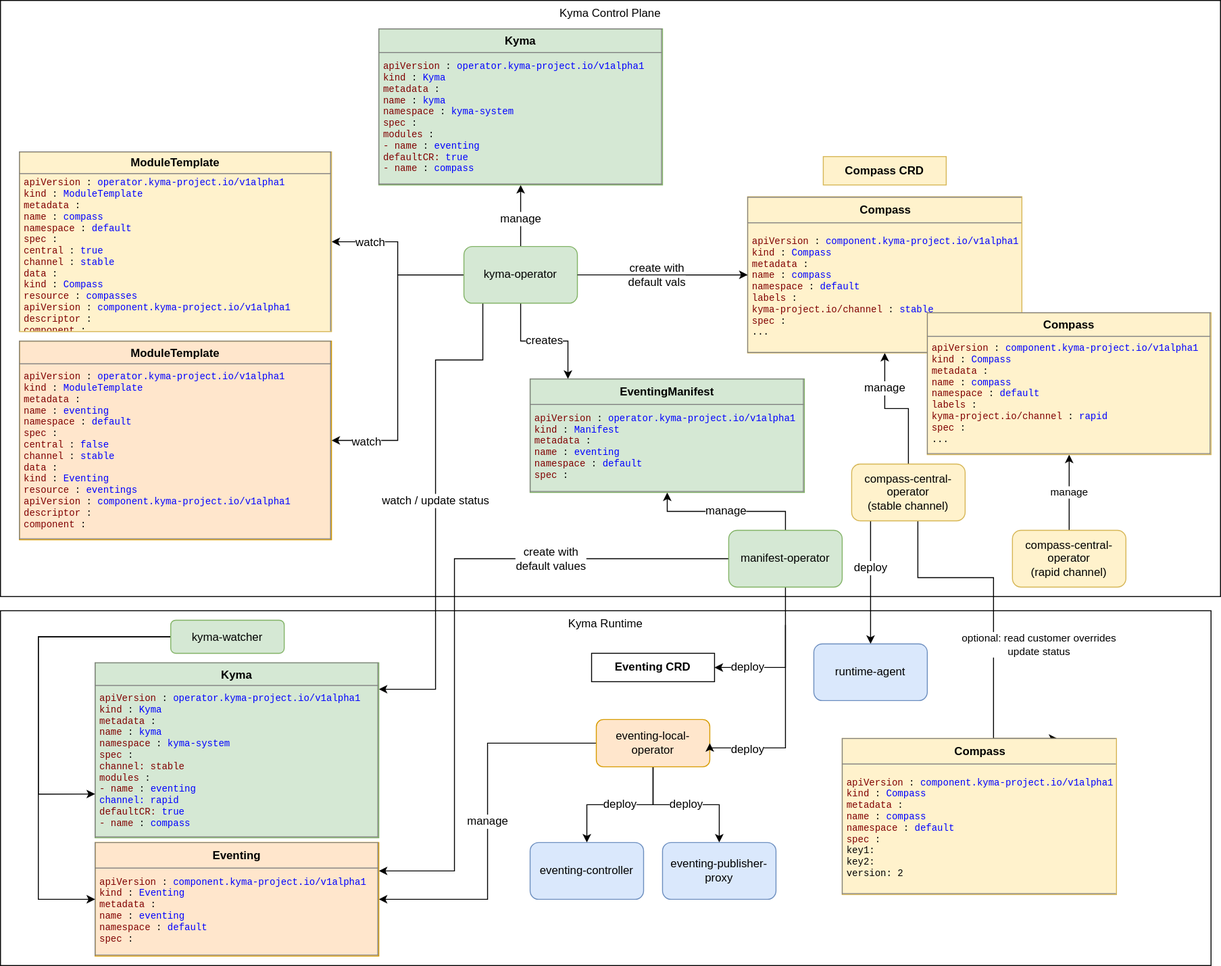
Before: concepts/modularization/assets/operators-example.drawio.svg, a diagram exported from draw.io (kyma-project/community). Source tidied: cells renumbered, new cells last; positions are measured from the earlier drawing's top-left corner, leaving out a move shared by most shapes.
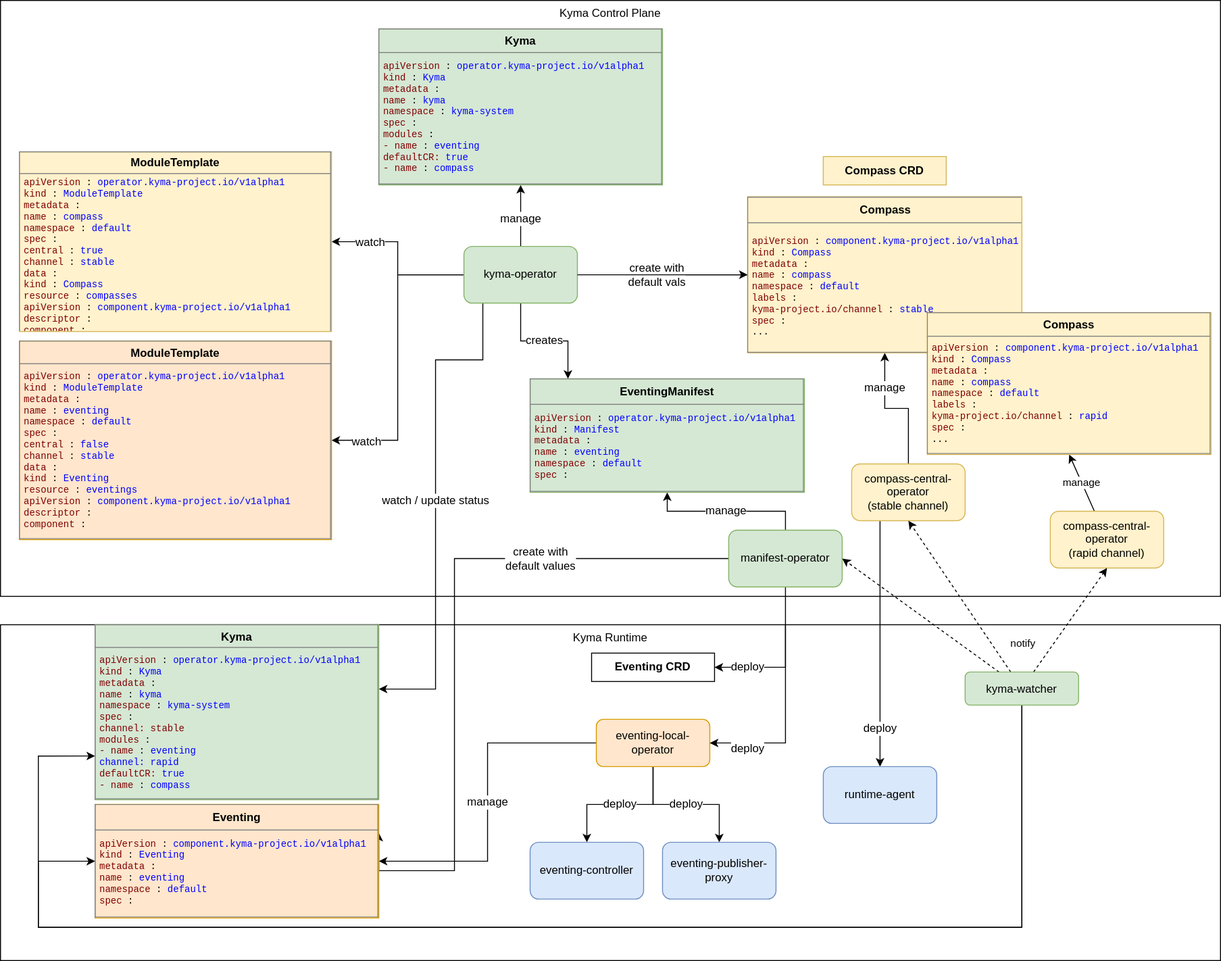
Above is the later version.

Change to the diagram source:
```diff
@@ -6,7 +6,7 @@
       <mxGeometry width="1290" height="630" as="geometry" />
     </mxCell>
     <mxCell id="3" value="Kyma Runtime" style="rounded=0;whiteSpace=wrap;html=1;fontSize=12;fillColor=#ffffff;verticalAlign=top;" parent="1" vertex="1">
-      <mxGeometry y="645" width="1280" height="375" as="geometry" />
+      <mxGeometry y="660" width="1290" height="355" as="geometry" />
     </mxCell>
     <mxCell id="4" style="edgeStyle=orthogonalEdgeStyle;rounded=0;jettySize=auto;html=1;entryX=1;entryY=0.5;entryDx=0;entryDy=0;fontSize=12;" parent="1" edge="1" source="13" target="15">
       <mxGeometry relative="1" as="geometry" />
@@ -70,30 +70,9 @@
     <mxCell id="16" value="manage" style="edgeStyle=orthogonalEdgeStyle;rounded=0;jettySize=auto;html=1;entryX=0.5;entryY=1;entryDx=0;entryDy=0;fontSize=12;" parent="1" edge="1" source="20" target="43">
       <mxGeometry x="0.47" relative="1" as="geometry" />
     </mxCell>
-    <mxCell id="17" value="deploy" style="edgeStyle=orthogonalEdgeStyle;rounded=0;jettySize=auto;html=1;entryX=0.5;entryY=0;entryDx=0;entryDy=0;fontSize=12;" parent="1" edge="1" source="20" target="33">
-      <mxGeometry x="-0.23" relative="1" as="geometry">
-        <Array as="points">
-          <mxPoint x="920" y="650" />
-          <mxPoint x="920" y="650" />
-        </Array>
-      </mxGeometry>
+    <mxCell id="17" value="deploy" style="rounded=0;jettySize=auto;html=1;entryX=0.5;entryY=0;entryDx=0;entryDy=0;fontSize=12;exitX=0.25;exitY=1;exitDx=0;exitDy=0;" parent="1" edge="1" source="20" target="33">
+      <mxGeometry x="0.69" relative="1" as="geometry" />
     </mxCell>
-    <mxCell id="18" style="edgeStyle=orthogonalEdgeStyle;rounded=0;orthogonalLoop=1;jettySize=auto;html=1;entryX=0.75;entryY=0;entryDx=0;entryDy=0;fontSize=12;strokeColor=#000000;" parent="1" edge="1">
-      <mxGeometry x="0.14" relative="1" as="geometry">
-        <mxPoint x="970" y="550" as="sourcePoint" />
-        <mxPoint x="1117.5" y="780" as="targetPoint" />
-        <Array as="points">
-          <mxPoint x="970" y="610" />
-          <mxPoint x="1050" y="610" />
-          <mxPoint x="1050" y="780" />
-        </Array>
-      </mxGeometry>
-    </mxCell>
-    <mxCell id="19" value="optional: read customer overrides&lt;br&gt;update status" style="edgeLabel;html=1;align=center;verticalAlign=middle;" parent="18" vertex="1">
-      <mxGeometry x="-0.48" relative="1" as="geometry">
-        <mxPoint x="90" y="70" as="offset" />
-      </mxGeometry>
-    </mxCell>
     <mxCell id="20" value="compass-central-operator &lt;br&gt;(stable channel)" style="rounded=1;whiteSpace=wrap;html=1;fontSize=12;fillColor=#fff2cc;strokeColor=#d6b656;" parent="1" vertex="1">
       <mxGeometry x="900" y="490" width="120" height="60" as="geometry" />
     </mxCell>
@@ -110,7 +89,7 @@
       <mxGeometry x="630" y="760" width="120" height="50" as="geometry" />
     </mxCell>
     <mxCell id="25" value="&lt;table border=&quot;1&quot; width=&quot;100%&quot; cellpadding=&quot;4&quot; style=&quot;width: 100% ; height: 100% ; border-collapse: collapse&quot;&gt;&lt;tbody&gt;&lt;tr&gt;&lt;th align=&quot;center&quot;&gt;&lt;b&gt;&lt;font style=&quot;font-size: 12px&quot;&gt;Eventing&lt;/font&gt;&lt;/b&gt;&lt;/th&gt;&lt;/tr&gt;&lt;tr&gt;&lt;td align=&quot;center&quot;&gt;&lt;div style=&quot;font-family: &amp;#34;menlo&amp;#34; , &amp;#34;monaco&amp;#34; , &amp;#34;courier new&amp;#34; , monospace ; text-align: left&quot;&gt;&lt;span style=&quot;color: rgb(128 , 0 , 0)&quot;&gt;apiVersion&lt;/span&gt;:&amp;nbsp;&lt;span style=&quot;color: rgb(0 , 0 , 255)&quot;&gt;component.kyma-project.io/v1alpha1&lt;/span&gt;&lt;/div&gt;&lt;div style=&quot;font-family: &amp;#34;menlo&amp;#34; , &amp;#34;monaco&amp;#34; , &amp;#34;courier new&amp;#34; , monospace ; text-align: left&quot;&gt;&lt;span style=&quot;color: rgb(128 , 0 , 0)&quot;&gt;kind&lt;/span&gt;:&amp;nbsp;&lt;span style=&quot;color: rgb(0 , 0 , 255)&quot;&gt;Eventing&lt;/span&gt;&lt;/div&gt;&lt;div style=&quot;font-family: &amp;#34;menlo&amp;#34; , &amp;#34;monaco&amp;#34; , &amp;#34;courier new&amp;#34; , monospace ; text-align: left&quot;&gt;&lt;span style=&quot;color: rgb(128 , 0 , 0)&quot;&gt;metadata&lt;/span&gt;:&lt;/div&gt;&lt;div style=&quot;font-family: &amp;#34;menlo&amp;#34; , &amp;#34;monaco&amp;#34; , &amp;#34;courier new&amp;#34; , monospace ; text-align: left&quot;&gt;&lt;span style=&quot;color: rgb(128 , 0 , 0)&quot;&gt;&amp;nbsp; name&lt;/span&gt;:&amp;nbsp;&lt;span style=&quot;color: rgb(0 , 0 , 255)&quot;&gt;eventing&lt;/span&gt;&lt;/div&gt;&lt;div style=&quot;font-family: &amp;#34;menlo&amp;#34; , &amp;#34;monaco&amp;#34; , &amp;#34;courier new&amp;#34; , monospace ; text-align: left&quot;&gt;&lt;span style=&quot;color: rgb(128 , 0 , 0)&quot;&gt;&amp;nbsp; namespace&lt;/span&gt;:&amp;nbsp;&lt;span style=&quot;color: rgb(0 , 0 , 255)&quot;&gt;default&lt;/span&gt;&lt;/div&gt;&lt;div style=&quot;font-family: &amp;#34;menlo&amp;#34; , &amp;#34;monaco&amp;#34; , &amp;#34;courier new&amp;#34; , monospace ; text-align: left&quot;&gt;&lt;div&gt;&lt;span style=&quot;color: rgb(128 , 0 , 0)&quot;&gt;spec&lt;/span&gt;:&lt;/div&gt;&lt;/div&gt;&lt;/td&gt;&lt;/tr&gt;&lt;/tbody&gt;&lt;/table&gt;" style="text;html=1;overflow=fill;fontSize=10;fillColor=#ffe6cc;strokeColor=#d79b00;" parent="1" vertex="1">
-      <mxGeometry x="100" y="890" width="300" height="120" as="geometry" />
+      <mxGeometry x="100" y="850" width="300" height="120" as="geometry" />
     </mxCell>
     <mxCell id="26" value="manage" style="edgeStyle=orthogonalEdgeStyle;rounded=0;jettySize=auto;html=1;fontSize=12;" parent="1" edge="1" source="30" target="31">
       <mxGeometry relative="1" as="geometry" />
@@ -119,13 +98,13 @@
       <mxGeometry relative="1" as="geometry">
         <mxPoint x="830" y="660" as="sourcePoint" />
         <Array as="points">
-          <mxPoint x="830" y="790" />
+          <mxPoint x="830" y="785" />
         </Array>
       </mxGeometry>
     </mxCell>
     <mxCell id="28" value="deploy" style="edgeLabel;html=1;align=center;verticalAlign=middle;fontSize=12;" parent="27" vertex="1">
       <mxGeometry x="-0.58" y="1" relative="1" as="geometry">
-        <mxPoint x="-41" y="85" as="offset" />
+        <mxPoint x="-41" y="87" as="offset" />
       </mxGeometry>
     </mxCell>
     <mxCell id="29" value="deploy" style="edgeStyle=orthogonalEdgeStyle;rounded=0;jettySize=auto;html=1;fontSize=12;entryX=1;entryY=0.5;entryDx=0;entryDy=0;" parent="1" edge="1" source="30" target="32">
@@ -145,7 +124,7 @@
       <mxGeometry x="625" y="690" width="130" height="30" as="geometry" />
     </mxCell>
     <mxCell id="33" value="runtime-agent" style="rounded=1;whiteSpace=wrap;html=1;fontSize=12;fillColor=#dae8fc;strokeColor=#6c8ebf;" parent="1" vertex="1">
-      <mxGeometry x="860" y="680" width="120" height="60" as="geometry" />
+      <mxGeometry x="870" y="810" width="120" height="60" as="geometry" />
     </mxCell>
     <mxCell id="34" value="eventing-controller" style="rounded=1;whiteSpace=wrap;html=1;fontSize=12;fillColor=#dae8fc;strokeColor=#6c8ebf;" parent="1" vertex="1">
       <mxGeometry x="560" y="890" width="120" height="60" as="geometry" />
@@ -154,11 +133,8 @@
       <mxGeometry x="700" y="890" width="120" height="60" as="geometry" />
     </mxCell>
     <mxCell id="36" value="&lt;table border=&quot;1&quot; width=&quot;100%&quot; cellpadding=&quot;4&quot; style=&quot;width: 100% ; height: 100% ; border-collapse: collapse&quot;&gt;&lt;tbody&gt;&lt;tr&gt;&lt;th align=&quot;center&quot;&gt;&lt;b&gt;&lt;font style=&quot;font-size: 12px&quot;&gt;Kyma&lt;/font&gt;&lt;/b&gt;&lt;/th&gt;&lt;/tr&gt;&lt;tr&gt;&lt;td align=&quot;center&quot;&gt;&lt;div style=&quot;font-family: &amp;#34;menlo&amp;#34; , &amp;#34;monaco&amp;#34; , &amp;#34;courier new&amp;#34; , monospace ; text-align: left&quot;&gt;&lt;span style=&quot;color: rgb(128 , 0 , 0)&quot;&gt;apiVersion&lt;/span&gt;:&amp;nbsp;&lt;span style=&quot;color: rgb(0 , 0 , 255)&quot;&gt;operator.kyma-project.io/v1alpha1&lt;/span&gt;&lt;/div&gt;&lt;div style=&quot;font-family: &amp;#34;menlo&amp;#34; , &amp;#34;monaco&amp;#34; , &amp;#34;courier new&amp;#34; , monospace ; text-align: left&quot;&gt;&lt;span style=&quot;color: rgb(128 , 0 , 0)&quot;&gt;kind&lt;/span&gt;:&amp;nbsp;&lt;span style=&quot;color: rgb(0 , 0 , 255)&quot;&gt;Kyma&lt;/span&gt;&lt;/div&gt;&lt;div style=&quot;font-family: &amp;#34;menlo&amp;#34; , &amp;#34;monaco&amp;#34; , &amp;#34;courier new&amp;#34; , monospace ; text-align: left&quot;&gt;&lt;span style=&quot;color: rgb(128 , 0 , 0)&quot;&gt;metadata&lt;/span&gt;:&lt;/div&gt;&lt;div style=&quot;font-family: &amp;#34;menlo&amp;#34; , &amp;#34;monaco&amp;#34; , &amp;#34;courier new&amp;#34; , monospace ; text-align: left&quot;&gt;&lt;span style=&quot;color: rgb(128 , 0 , 0)&quot;&gt;&amp;nbsp; name&lt;/span&gt;: &lt;font color=&quot;#0000ff&quot;&gt;kyma&lt;/font&gt;&lt;/div&gt;&lt;div style=&quot;font-family: &amp;#34;menlo&amp;#34; , &amp;#34;monaco&amp;#34; , &amp;#34;courier new&amp;#34; , monospace ; text-align: left&quot;&gt;&lt;span style=&quot;color: rgb(128 , 0 , 0)&quot;&gt;&amp;nbsp; namespace&lt;/span&gt;: &lt;font color=&quot;#0000ff&quot;&gt;kyma-system&lt;br&gt;&lt;/font&gt;&lt;span style=&quot;color: rgb(128 , 0 , 0)&quot;&gt;spec&lt;/span&gt;&lt;span&gt;:&lt;/span&gt;&lt;/div&gt;&lt;div style=&quot;font-family: &amp;#34;menlo&amp;#34; , &amp;#34;monaco&amp;#34; , &amp;#34;courier new&amp;#34; , monospace ; text-align: left&quot;&gt;&lt;span style=&quot;color: rgb(128 , 0 , 0)&quot;&gt;&amp;nbsp; channel: stable&lt;/span&gt;&lt;/div&gt;&lt;div style=&quot;font-family: &amp;#34;menlo&amp;#34; , &amp;#34;monaco&amp;#34; , &amp;#34;courier new&amp;#34; , monospace ; text-align: left&quot;&gt;&lt;span style=&quot;color: rgb(128 , 0 , 0)&quot;&gt;&amp;nbsp; modules&lt;/span&gt;:&lt;/div&gt;&lt;div style=&quot;font-family: &amp;#34;menlo&amp;#34; , &amp;#34;monaco&amp;#34; , &amp;#34;courier new&amp;#34; , monospace ; text-align: left&quot;&gt;&lt;span style=&quot;color: rgb(128 , 0 , 0)&quot;&gt;&amp;nbsp; &amp;nbsp; - name&lt;/span&gt;:&amp;nbsp;&lt;font color=&quot;#0000ff&quot;&gt;eventing&lt;/font&gt;&lt;/div&gt;&lt;div style=&quot;font-family: &amp;#34;menlo&amp;#34; , &amp;#34;monaco&amp;#34; , &amp;#34;courier new&amp;#34; , monospace ; text-align: left&quot;&gt;&lt;font color=&quot;#0000ff&quot;&gt;&amp;nbsp; &amp;nbsp; &amp;nbsp; channel: rapid&lt;/font&gt;&lt;/div&gt;&lt;div style=&quot;font-family: &amp;#34;menlo&amp;#34; , &amp;#34;monaco&amp;#34; , &amp;#34;courier new&amp;#34; , monospace ; text-align: left&quot;&gt;&lt;span style=&quot;color: rgb(128 , 0 , 0)&quot;&gt;&amp;nbsp; &amp;nbsp; &amp;nbsp; defaultCR: &lt;/span&gt;&lt;font color=&quot;#0000ff&quot;&gt;true&lt;/font&gt;&lt;span style=&quot;color: rgb(128 , 0 , 0)&quot;&gt;&amp;nbsp; &amp;nbsp;&amp;nbsp;&lt;/span&gt;&lt;/div&gt;&lt;div style=&quot;font-family: &amp;#34;menlo&amp;#34; , &amp;#34;monaco&amp;#34; , &amp;#34;courier new&amp;#34; , monospace ; text-align: left&quot;&gt;&lt;span style=&quot;color: rgb(128 , 0 , 0)&quot;&gt;&amp;nbsp; &amp;nbsp; - name&lt;/span&gt;&lt;span&gt;:&amp;nbsp;&lt;/span&gt;&lt;font color=&quot;#0000ff&quot;&gt;compass&lt;/font&gt;&lt;/div&gt;&lt;/td&gt;&lt;/tr&gt;&lt;/tbody&gt;&lt;/table&gt;" style="text;html=1;overflow=fill;fontSize=10;fillColor=#d5e8d4;strokeColor=#82b366;" parent="1" vertex="1">
-      <mxGeometry x="100" y="700" width="300" height="185" as="geometry" />
+      <mxGeometry x="100" y="660" width="300" height="185" as="geometry" />
     </mxCell>
-    <mxCell id="37" value="&lt;table border=&quot;1&quot; width=&quot;100%&quot; cellpadding=&quot;4&quot; style=&quot;width: 100% ; height: 100% ; border-collapse: collapse&quot;&gt;&lt;tbody&gt;&lt;tr&gt;&lt;th align=&quot;center&quot;&gt;&lt;b&gt;&lt;font style=&quot;font-size: 12px&quot;&gt;Compass&lt;/font&gt;&lt;/b&gt;&lt;/th&gt;&lt;/tr&gt;&lt;tr&gt;&lt;td align=&quot;center&quot;&gt;&lt;div style=&quot;font-family: &amp;#34;menlo&amp;#34; , &amp;#34;monaco&amp;#34; , &amp;#34;courier new&amp;#34; , monospace ; text-align: left&quot;&gt;&lt;span style=&quot;color: rgb(128 , 0 , 0)&quot;&gt;apiVersion&lt;/span&gt;:&amp;nbsp;&lt;span style=&quot;color: rgb(0 , 0 , 255)&quot;&gt;component.kyma-project.io/v1alpha1&lt;/span&gt;&lt;/div&gt;&lt;div style=&quot;font-family: &amp;#34;menlo&amp;#34; , &amp;#34;monaco&amp;#34; , &amp;#34;courier new&amp;#34; , monospace ; text-align: left&quot;&gt;&lt;span style=&quot;color: rgb(128 , 0 , 0)&quot;&gt;kind&lt;/span&gt;:&amp;nbsp;&lt;span style=&quot;color: rgb(0 , 0 , 255)&quot;&gt;Compass&lt;/span&gt;&lt;/div&gt;&lt;div style=&quot;font-family: &amp;#34;menlo&amp;#34; , &amp;#34;monaco&amp;#34; , &amp;#34;courier new&amp;#34; , monospace ; text-align: left&quot;&gt;&lt;span style=&quot;color: rgb(128 , 0 , 0)&quot;&gt;metadata&lt;/span&gt;:&lt;/div&gt;&lt;div style=&quot;font-family: &amp;#34;menlo&amp;#34; , &amp;#34;monaco&amp;#34; , &amp;#34;courier new&amp;#34; , monospace ; text-align: left&quot;&gt;&lt;span style=&quot;color: rgb(128 , 0 , 0)&quot;&gt;&amp;nbsp; name&lt;/span&gt;:&amp;nbsp;&lt;span style=&quot;color: rgb(0 , 0 , 255)&quot;&gt;compass&lt;/span&gt;&lt;/div&gt;&lt;div style=&quot;font-family: &amp;#34;menlo&amp;#34; , &amp;#34;monaco&amp;#34; , &amp;#34;courier new&amp;#34; , monospace ; text-align: left&quot;&gt;&lt;span style=&quot;color: rgb(128 , 0 , 0)&quot;&gt;&amp;nbsp; namespace&lt;/span&gt;:&amp;nbsp;&lt;span style=&quot;color: rgb(0 , 0 , 255)&quot;&gt;default&lt;/span&gt;&lt;/div&gt;&lt;div style=&quot;font-family: &amp;#34;menlo&amp;#34; , &amp;#34;monaco&amp;#34; , &amp;#34;courier new&amp;#34; , monospace ; text-align: left&quot;&gt;&lt;div&gt;&lt;span style=&quot;color: rgb(128 , 0 , 0)&quot;&gt;spec&lt;/span&gt;:&lt;/div&gt;&lt;div&gt;&amp;nbsp; key1:&lt;/div&gt;&lt;div&gt;&amp;nbsp; key2:&lt;/div&gt;&lt;div&gt;&amp;nbsp; version: 2&lt;/div&gt;&lt;div&gt;&amp;nbsp;&amp;nbsp;&lt;/div&gt;&lt;/div&gt;&lt;/td&gt;&lt;/tr&gt;&lt;/tbody&gt;&lt;/table&gt;" style="text;html=1;strokeColor=#d6b656;overflow=fill;fontSize=10;fillColor=#fff2cc;" parent="1" vertex="1">
-      <mxGeometry x="890" y="780" width="290" height="165" as="geometry" />
-    </mxCell>
     <mxCell id="38" value="&lt;table border=&quot;1&quot; width=&quot;100%&quot; cellpadding=&quot;4&quot; style=&quot;width: 100% ; height: 100% ; border-collapse: collapse&quot;&gt;&lt;tbody&gt;&lt;tr&gt;&lt;th align=&quot;center&quot;&gt;&lt;b&gt;&lt;font style=&quot;font-size: 12px&quot;&gt;Kyma&lt;/font&gt;&lt;/b&gt;&lt;/th&gt;&lt;/tr&gt;&lt;tr&gt;&lt;td align=&quot;center&quot;&gt;&lt;div style=&quot;font-family: &amp;#34;menlo&amp;#34; , &amp;#34;monaco&amp;#34; , &amp;#34;courier new&amp;#34; , monospace ; text-align: left&quot;&gt;&lt;span style=&quot;color: rgb(128 , 0 , 0)&quot;&gt;apiVersion&lt;/span&gt;:&amp;nbsp;&lt;span style=&quot;color: rgb(0 , 0 , 255)&quot;&gt;operator.kyma-project.io/v1alpha1&lt;/span&gt;&lt;/div&gt;&lt;div style=&quot;font-family: &amp;#34;menlo&amp;#34; , &amp;#34;monaco&amp;#34; , &amp;#34;courier new&amp;#34; , monospace ; text-align: left&quot;&gt;&lt;span style=&quot;color: rgb(128 , 0 , 0)&quot;&gt;kind&lt;/span&gt;:&amp;nbsp;&lt;span style=&quot;color: rgb(0 , 0 , 255)&quot;&gt;Kyma&lt;/span&gt;&lt;/div&gt;&lt;div style=&quot;font-family: &amp;#34;menlo&amp;#34; , &amp;#34;monaco&amp;#34; , &amp;#34;courier new&amp;#34; , monospace ; text-align: left&quot;&gt;&lt;span style=&quot;color: rgb(128 , 0 , 0)&quot;&gt;metadata&lt;/span&gt;:&lt;/div&gt;&lt;div style=&quot;font-family: &amp;#34;menlo&amp;#34; , &amp;#34;monaco&amp;#34; , &amp;#34;courier new&amp;#34; , monospace ; text-align: left&quot;&gt;&lt;span style=&quot;color: rgb(128 , 0 , 0)&quot;&gt;&amp;nbsp; name&lt;/span&gt;: &lt;font color=&quot;#0000ff&quot;&gt;kyma&lt;/font&gt;&lt;/div&gt;&lt;div style=&quot;font-family: &amp;#34;menlo&amp;#34; , &amp;#34;monaco&amp;#34; , &amp;#34;courier new&amp;#34; , monospace ; text-align: left&quot;&gt;&lt;span style=&quot;color: rgb(128 , 0 , 0)&quot;&gt;&amp;nbsp; namespace&lt;/span&gt;: &lt;font color=&quot;#0000ff&quot;&gt;kyma-system&lt;br&gt;&lt;/font&gt;&lt;span style=&quot;color: rgb(128 , 0 , 0)&quot;&gt;spec&lt;/span&gt;&lt;span&gt;:&lt;/span&gt;&lt;/div&gt;&lt;div style=&quot;font-family: &amp;#34;menlo&amp;#34; , &amp;#34;monaco&amp;#34; , &amp;#34;courier new&amp;#34; , monospace ; text-align: left&quot;&gt;&lt;span style=&quot;color: rgb(128 , 0 , 0)&quot;&gt;&amp;nbsp; modules&lt;/span&gt;:&lt;/div&gt;&lt;div style=&quot;font-family: &amp;#34;menlo&amp;#34; , &amp;#34;monaco&amp;#34; , &amp;#34;courier new&amp;#34; , monospace ; text-align: left&quot;&gt;&lt;span style=&quot;color: rgb(128 , 0 , 0)&quot;&gt;&amp;nbsp; &amp;nbsp; - name&lt;/span&gt;:&amp;nbsp;&lt;font color=&quot;#0000ff&quot;&gt;eventing&lt;/font&gt;&lt;/div&gt;&lt;div style=&quot;font-family: &amp;#34;menlo&amp;#34; , &amp;#34;monaco&amp;#34; , &amp;#34;courier new&amp;#34; , monospace ; text-align: left&quot;&gt;&lt;span style=&quot;color: rgb(128 , 0 , 0)&quot;&gt;&amp;nbsp; &amp;nbsp; &amp;nbsp; defaultCR: &lt;/span&gt;&lt;font color=&quot;#0000ff&quot;&gt;true&lt;/font&gt;&lt;span style=&quot;color: rgb(128 , 0 , 0)&quot;&gt;&amp;nbsp; &amp;nbsp;&amp;nbsp;&lt;/span&gt;&lt;/div&gt;&lt;div style=&quot;font-family: &amp;#34;menlo&amp;#34; , &amp;#34;monaco&amp;#34; , &amp;#34;courier new&amp;#34; , monospace ; text-align: left&quot;&gt;&lt;span style=&quot;color: rgb(128 , 0 , 0)&quot;&gt;&amp;nbsp; &amp;nbsp; - name&lt;/span&gt;&lt;span&gt;:&amp;nbsp;&lt;/span&gt;&lt;font color=&quot;#0000ff&quot;&gt;compass&lt;/font&gt;&lt;/div&gt;&lt;/td&gt;&lt;/tr&gt;&lt;/tbody&gt;&lt;/table&gt;" style="text;html=1;overflow=fill;fontSize=10;fillColor=#d5e8d4;strokeColor=#82b366;" parent="1" vertex="1">
       <mxGeometry x="400" y="30" width="300" height="165" as="geometry" />
     </mxCell>
@@ -166,7 +142,7 @@
       <mxGeometry relative="1" as="geometry" />
     </mxCell>
     <mxCell id="40" value="compass-central-operator &lt;br&gt;(rapid channel)" style="rounded=1;whiteSpace=wrap;html=1;fontSize=12;fillColor=#fff2cc;strokeColor=#d6b656;" parent="1" vertex="1">
-      <mxGeometry x="1070" y="560" width="120" height="60" as="geometry" />
+      <mxGeometry x="1110" y="540" width="120" height="60" as="geometry" />
     </mxCell>
     <mxCell id="41" value="Compass CRD" style="rounded=0;whiteSpace=wrap;html=1;fontSize=12;fontStyle=1;fillColor=#fff2cc;strokeColor=#d6b656;" parent="1" vertex="1">
       <mxGeometry x="870" y="165" width="130" height="30" as="geometry" />
@@ -183,21 +159,37 @@
     <mxCell id="45" style="edgeStyle=orthogonalEdgeStyle;html=1;entryX=0;entryY=0.75;entryDx=0;entryDy=0;rounded=0;" parent="1" edge="1" source="47" target="36">
       <mxGeometry relative="1" as="geometry">
         <Array as="points">
-          <mxPoint x="40" y="673" />
-          <mxPoint x="40" y="839" />
+          <mxPoint x="1080" y="980" />
+          <mxPoint x="40" y="980" />
+          <mxPoint x="40" y="799" />
         </Array>
       </mxGeometry>
     </mxCell>
     <mxCell id="46" style="edgeStyle=orthogonalEdgeStyle;rounded=0;html=1;entryX=0;entryY=0.5;entryDx=0;entryDy=0;" parent="1" edge="1" source="47" target="25">
       <mxGeometry relative="1" as="geometry">
         <Array as="points">
-          <mxPoint x="40" y="673" />
-          <mxPoint x="40" y="950" />
+          <mxPoint x="1080" y="980" />
+          <mxPoint x="40" y="980" />
+          <mxPoint x="40" y="910" />
         </Array>
       </mxGeometry>
     </mxCell>
+    <mxCell id="48" style="html=1;entryX=0.5;entryY=1;entryDx=0;entryDy=0;rounded=0;dashed=1;" parent="1" edge="1" source="47" target="20">
+      <mxGeometry relative="1" as="geometry" />
+    </mxCell>
+    <mxCell id="49" value="notify" style="edgeLabel;html=1;align=center;verticalAlign=middle;" parent="48" vertex="1">
+      <mxGeometry x="-0.52" relative="1" as="geometry">
+        <mxPoint x="38" y="8" as="offset" />
+      </mxGeometry>
+    </mxCell>
+    <mxCell id="50" style="rounded=0;html=1;entryX=0.5;entryY=1;entryDx=0;entryDy=0;dashed=1;" parent="1" edge="1" source="47" target="40">
+      <mxGeometry relative="1" as="geometry" />
+    </mxCell>
+    <mxCell id="51" style="rounded=0;html=1;entryX=1;entryY=0.5;entryDx=0;entryDy=0;dashed=1;" parent="1" edge="1" source="47" target="30">
+      <mxGeometry relative="1" as="geometry" />
+    </mxCell>
     <mxCell id="47" value="kyma-watcher" style="rounded=1;whiteSpace=wrap;html=1;fillColor=#d5e8d4;strokeColor=#82b366;" parent="1" vertex="1">
-      <mxGeometry x="180" y="655" width="120" height="35" as="geometry" />
+      <mxGeometry x="1020" y="710" width="120" height="35" as="geometry" />
     </mxCell>
   </root>
 </mxGraphModel>
```
